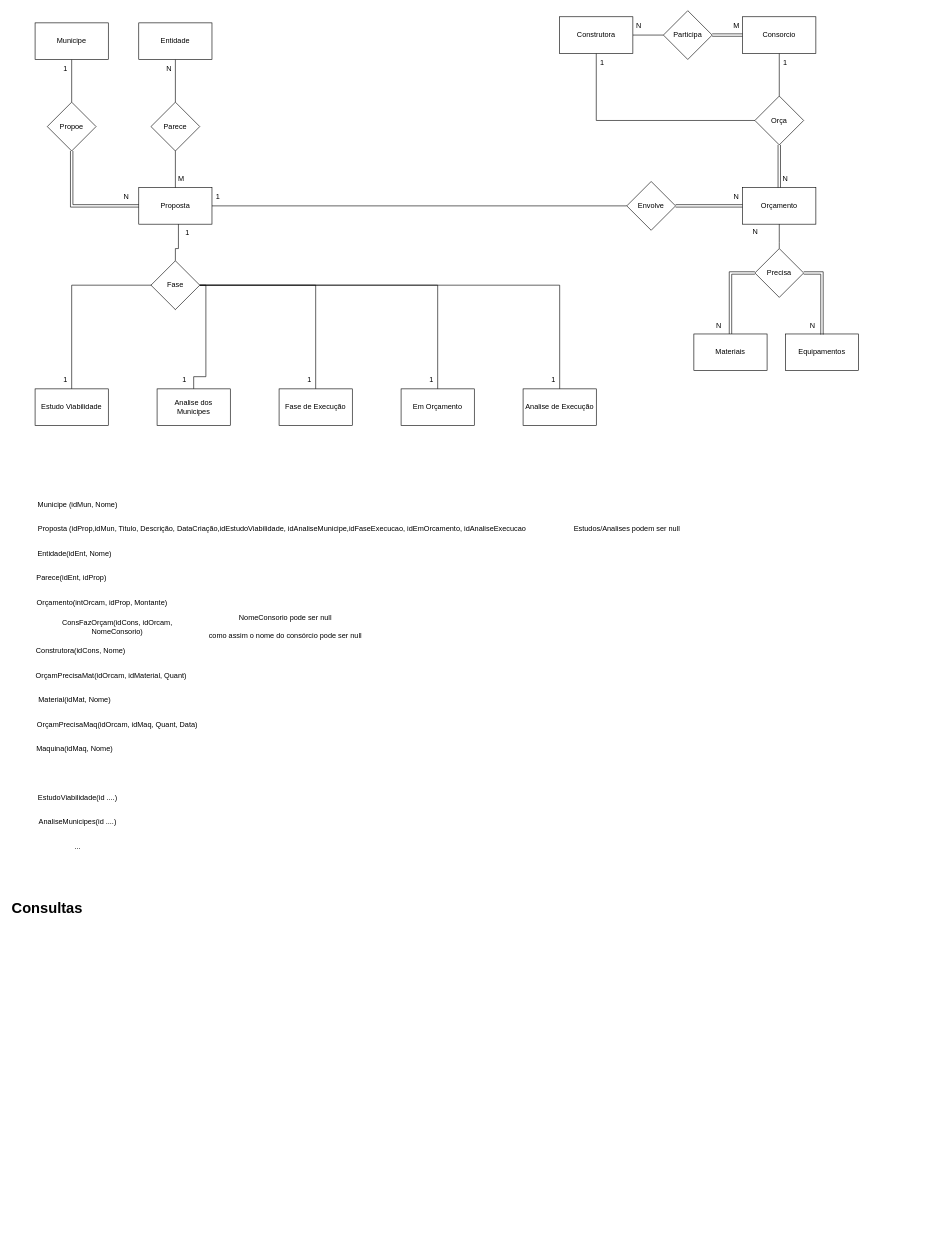
This is TrabalhoFinal.drawio from Nuno-Goncalves1/Sql-ER, a draw.io file, before an edit. Source tidied: cells renumbered, new cells numbered last; positions are measured from the earlier drawing's top-left corner, leaving out a move shared by most shapes. Both pictures are drawn from the tidied source at 61%, with x=0, y=0 at pixel (10, 10).
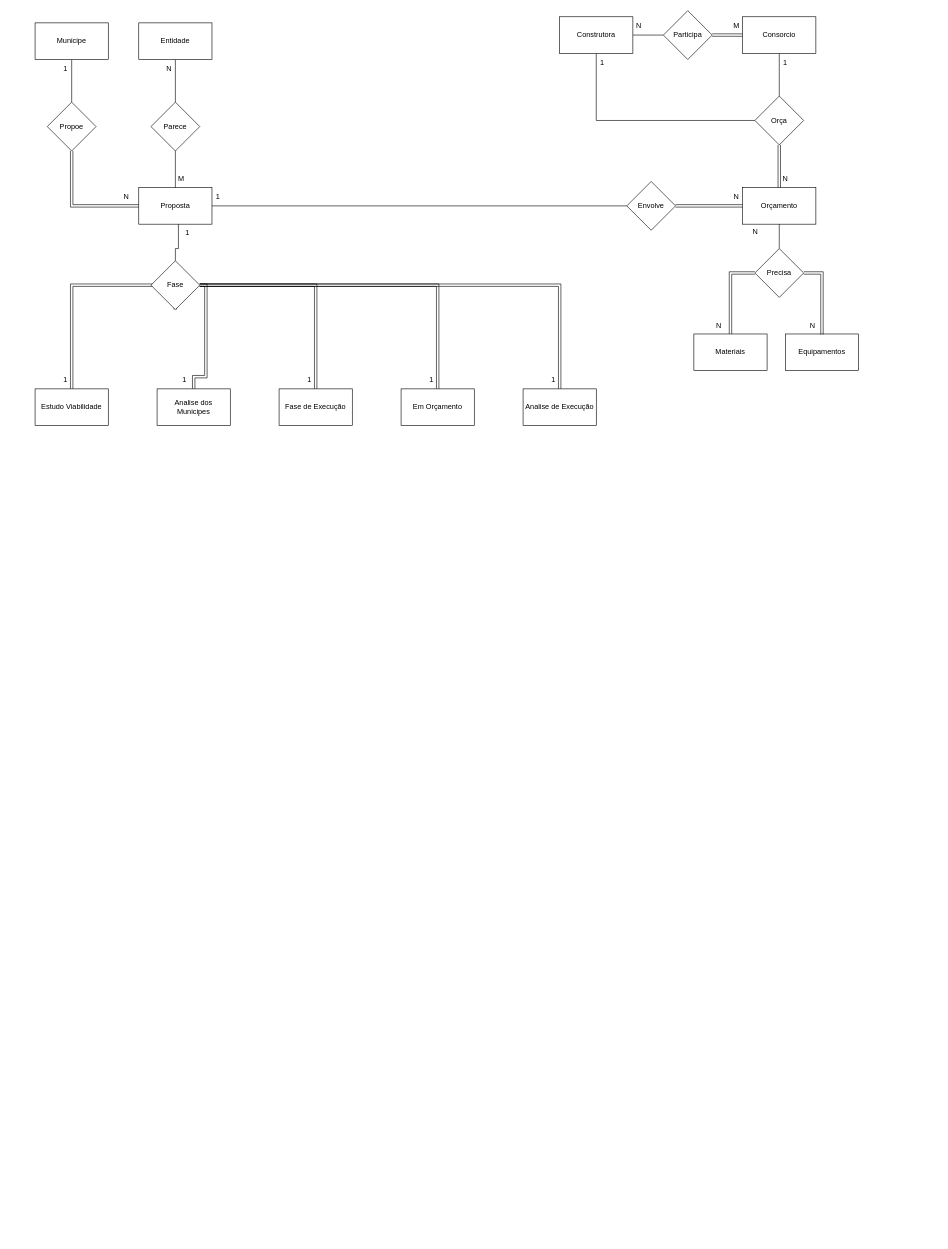
The same diagram, later.

Unchanged cells that the change refers to:
```xml
<mxCell id="38" value="Fase" style="rhombus;whiteSpace=wrap;html=1;" parent="1" vertex="1">
  <mxGeometry x="230" y="410" width="80" height="80" as="geometry" />
</mxCell>
<mxCell id="39" value="Estudo Viabilidade" style="whiteSpace=wrap;html=1;" parent="1" vertex="1">
  <mxGeometry x="40" y="620" width="120" height="60" as="geometry" />
</mxCell>
<mxCell id="41" value="Analise dos Municipes" style="whiteSpace=wrap;html=1;" parent="1" vertex="1">
  <mxGeometry x="240" y="620" width="120" height="60" as="geometry" />
</mxCell>
<mxCell id="43" value="Fase de Execução" style="whiteSpace=wrap;html=1;" parent="1" vertex="1">
  <mxGeometry x="440" y="620" width="120" height="60" as="geometry" />
</mxCell>
<mxCell id="45" value="Em Orçamento" style="whiteSpace=wrap;html=1;" parent="1" vertex="1">
  <mxGeometry x="640" y="620" width="120" height="60" as="geometry" />
</mxCell>
<mxCell id="47" value="Analise de Execução" style="whiteSpace=wrap;html=1;" parent="1" vertex="1">
  <mxGeometry x="840" y="620" width="120" height="60" as="geometry" />
</mxCell>
```

Diff of the diagram source:
```diff
@@
-    <mxCell id="36" style="edgeStyle=orthogonalEdgeStyle;rounded=0;jettySize=auto;html=1;exitX=0.5;exitY=1;exitDx=0;exitDy=0;entryX=0.5;entryY=0;entryDx=0;entryDy=0;endArrow=none;startFill=0;" parent="1" edge="1" source="38" target="39">
+    <mxCell id="36" style="edgeStyle=orthogonalEdgeStyle;rounded=0;jettySize=auto;html=1;exitX=0.5;exitY=1;exitDx=0;exitDy=0;entryX=0.5;entryY=0;entryDx=0;entryDy=0;endArrow=none;startFill=0;shape=link;" parent="1" edge="1" source="38" target="39">
       <mxGeometry relative="1" as="geometry">
         <Array as="points">
           <mxPoint x="270" y="450" />
           <mxPoint x="100" y="450" />
         </Array>
       </mxGeometry>
     </mxCell>
@@
-    <mxCell id="40" style="edgeStyle=orthogonalEdgeStyle;rounded=0;jettySize=auto;html=1;entryX=1;entryY=0.5;entryDx=0;entryDy=0;endArrow=none;startFill=0;" parent="1" edge="1" source="41" target="38">
+    <mxCell id="40" style="edgeStyle=orthogonalEdgeStyle;rounded=0;jettySize=auto;html=1;entryX=1;entryY=0.5;entryDx=0;entryDy=0;endArrow=none;startFill=0;shape=link;" parent="1" edge="1" source="41" target="38">
       <mxGeometry relative="1" as="geometry">
         <Array as="points">
           <mxPoint x="300" y="600" />
           <mxPoint x="320" y="600" />
           <mxPoint x="320" y="450" />
         </Array>
       </mxGeometry>
     </mxCell>
@@
-    <mxCell id="42" style="edgeStyle=orthogonalEdgeStyle;rounded=0;jettySize=auto;html=1;entryX=1;entryY=0.5;entryDx=0;entryDy=0;endArrow=none;startFill=0;" parent="1" edge="1" source="43" target="38">
+    <mxCell id="42" style="edgeStyle=orthogonalEdgeStyle;rounded=0;jettySize=auto;html=1;entryX=1;entryY=0.5;entryDx=0;entryDy=0;endArrow=none;startFill=0;strokeColor=default;shape=link;" parent="1" edge="1" source="43" target="38">
       <mxGeometry relative="1" as="geometry">
         <Array as="points">
           <mxPoint x="500" y="450" />
         </Array>
       </mxGeometry>
     </mxCell>
@@
-    <mxCell id="44" style="edgeStyle=orthogonalEdgeStyle;rounded=0;jettySize=auto;html=1;entryX=1;entryY=0.5;entryDx=0;entryDy=0;endArrow=none;startFill=0;" parent="1" edge="1" source="45" target="38">
+    <mxCell id="44" style="edgeStyle=orthogonalEdgeStyle;rounded=0;jettySize=auto;html=1;entryX=1;entryY=0.5;entryDx=0;entryDy=0;endArrow=none;startFill=0;shape=link;" parent="1" edge="1" source="45" target="38">
       <mxGeometry relative="1" as="geometry">
         <Array as="points">
           <mxPoint x="700" y="450" />
         </Array>
       </mxGeometry>
     </mxCell>
@@
-    <mxCell id="46" style="edgeStyle=orthogonalEdgeStyle;rounded=0;jettySize=auto;html=1;entryX=1;entryY=0.5;entryDx=0;entryDy=0;endArrow=none;startFill=0;" parent="1" edge="1" source="47" target="38">
+    <mxCell id="46" style="edgeStyle=orthogonalEdgeStyle;rounded=0;jettySize=auto;html=1;entryX=1;entryY=0.5;entryDx=0;entryDy=0;endArrow=none;startFill=0;shape=link;" parent="1" edge="1" source="47" target="38">
       <mxGeometry relative="1" as="geometry">
         <Array as="points">
           <mxPoint x="900" y="450" />
         </Array>
       </mxGeometry>
     </mxCell>
@@
-    <mxCell id="54" value="Proposta (idProp,idMun, Titulo, Descrição, DataCriação,idEstudoViabilidade, idAnaliseMunicipe,idFaseExecucao, idEmOrcamento, idAnaliseExecucao" style="text;html=1;align=center;verticalAlign=middle;whiteSpace=wrap;rounded=0;" parent="1" vertex="1">
-      <mxGeometry x="40" y="830" width="810" height="40" as="geometry" />
-    </mxCell>
-    <mxCell id="55" value="Municipe (idMun, Nome)" style="text;html=1;align=center;verticalAlign=middle;whiteSpace=wrap;rounded=0;" parent="1" vertex="1">
-      <mxGeometry x="40" y="790" width="140" height="40" as="geometry" />
-    </mxCell>
-    <mxCell id="56" value="Entidade(idEnt, Nome)" style="text;html=1;align=center;verticalAlign=middle;whiteSpace=wrap;rounded=0;" parent="1" vertex="1">
-      <mxGeometry x="40" y="870" width="130" height="40" as="geometry" />
-    </mxCell>
-    <mxCell id="57" value="Parece(idEnt, idProp)" style="text;html=1;align=center;verticalAlign=middle;whiteSpace=wrap;rounded=0;" parent="1" vertex="1">
-      <mxGeometry x="40" y="910" width="120" height="40" as="geometry" />
-    </mxCell>
-    <mxCell id="58" value="ConsFazOrçam(idCons, idOrcam, NomeConsorio)" style="text;html=1;align=center;verticalAlign=middle;whiteSpace=wrap;rounded=0;" parent="1" vertex="1">
-      <mxGeometry x="40" y="990" width="270" height="40" as="geometry" />
-    </mxCell>
-    <mxCell id="59" value="Construtora(idCons, Nome)" style="text;html=1;align=center;verticalAlign=middle;whiteSpace=wrap;rounded=0;" parent="1" vertex="1">
-      <mxGeometry x="40" y="1030" width="150" height="40" as="geometry" />
-    </mxCell>
-    <mxCell id="60" value="Orçamento(intOrcam, idProp, Montante)" style="text;html=1;align=center;verticalAlign=middle;whiteSpace=wrap;rounded=0;" parent="1" vertex="1">
-      <mxGeometry x="40" y="950" width="220" height="40" as="geometry" />
-    </mxCell>
-    <mxCell id="61" value="NomeConsorio pode ser null&lt;div&gt;&lt;br&gt;&lt;/div&gt;&lt;div&gt;como assim o nome do consórcio pode ser null&lt;/div&gt;" style="text;html=1;align=center;verticalAlign=middle;strokeColor=none;fillColor=none;" parent="1" vertex="1">
-      <mxGeometry x="315" y="980" width="270" height="60" as="geometry" />
-    </mxCell>
-    <mxCell id="62" value="Material(idMat, Nome)" style="text;html=1;align=center;verticalAlign=middle;whiteSpace=wrap;rounded=0;" parent="1" vertex="1">
-      <mxGeometry x="40" y="1110" width="130" height="40" as="geometry" />
-    </mxCell>
-    <mxCell id="63" value="OrçamPrecisaMat(idOrcam, idMaterial, Quant)" style="text;html=1;align=center;verticalAlign=middle;whiteSpace=wrap;rounded=0;" parent="1" vertex="1">
-      <mxGeometry x="40" y="1070" width="250" height="40" as="geometry" />
-    </mxCell>
-    <mxCell id="64" value="Maquina(idMaq, Nome)" style="text;html=1;align=center;verticalAlign=middle;whiteSpace=wrap;rounded=0;" parent="1" vertex="1">
-      <mxGeometry x="40" y="1190" width="130" height="40" as="geometry" />
-    </mxCell>
-    <mxCell id="65" value="OrçamPrecisaMaq(idOrcam, idMaq, Quant, Data)" style="text;html=1;align=center;verticalAlign=middle;whiteSpace=wrap;rounded=0;" parent="1" vertex="1">
-      <mxGeometry x="40" y="1150" width="270" height="40" as="geometry" />
-    </mxCell>
-    <mxCell id="66" value="EstudoViabilidade(id ....)" style="text;html=1;align=center;verticalAlign=middle;whiteSpace=wrap;rounded=0;" parent="1" vertex="1">
-      <mxGeometry x="40" y="1270" width="140" height="40" as="geometry" />
-    </mxCell>
-    <mxCell id="67" value="AnaliseMunicipes(id ....)" style="text;html=1;align=center;verticalAlign=middle;whiteSpace=wrap;rounded=0;" parent="1" vertex="1">
-      <mxGeometry x="40" y="1310" width="140" height="40" as="geometry" />
-    </mxCell>
-    <mxCell id="68" value="..." style="text;html=1;align=center;verticalAlign=middle;whiteSpace=wrap;rounded=0;" parent="1" vertex="1">
-      <mxGeometry x="40" y="1350" width="140" height="40" as="geometry" />
-    </mxCell>
-    <mxCell id="69" value="Estudos/Analises podem ser null" style="text;html=1;align=center;verticalAlign=middle;strokeColor=none;fillColor=none;" parent="1" vertex="1">
-      <mxGeometry x="910" y="835" width="200" height="30" as="geometry" />
-    </mxCell>
@@
-    <mxCell id="77" value="&lt;h1 style=&quot;margin-top: 0px;&quot;&gt;Consultas&amp;nbsp;&lt;/h1&gt;&lt;div&gt;&lt;br&gt;&lt;/div&gt;" style="text;html=1;whiteSpace=wrap;overflow=hidden;rounded=0;" parent="1" vertex="1">
-      <mxGeometry y="1450" width="1520" height="560" as="geometry" />
-    </mxCell>
```
